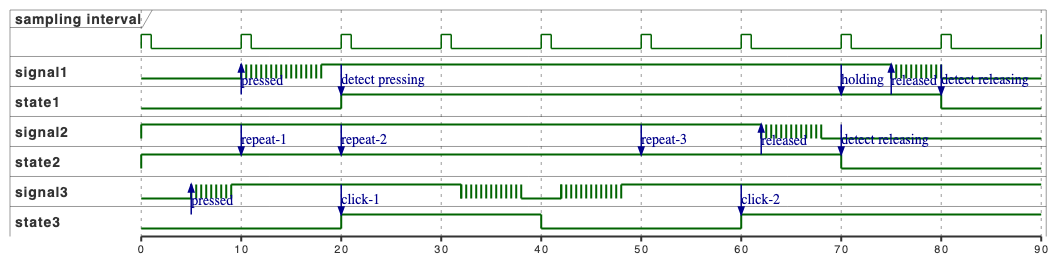
Before: modules/button/timing_diagram.png, a diagram exported from PlantUML (libmcu/libmcu). Its source is kept beside it as modules/button/timing_diagram.puml. The source it was exported from:
```plantuml
@startuml
scale 10 as 100 pixels

clock "sampling interval" as interval with period 10 pulse 1
binary "signal1" as signal1
binary "state1" as state1
binary "signal2" as signal2
binary "state2" as state2
binary "signal3" as signal3
binary "state3" as state3

@0
signal2 is high
state2 is high
@5
state3 -> signal3 : pressed
signal3 is {0,1}
@9
signal3 is high
@10
state1 -> signal1 : pressed
signal1 is {0,1}
signal2 -> state2 : repeat-1
@18
signal1 is high
@20
signal1 -> state1 : detect pressing
state1 is high
signal2 -> state2 : repeat-2
signal3 -> state3 : click-1
state3 is high
@32
signal3 is {0,1}
@38
signal3 is low
@40
state3 is low
@42
signal3 is {0,1}
@48
signal3 is high
@50
signal2 -> state2 : repeat-3
@60
state3 is high
signal3 -> state3 : click-2
@62
state2 -> signal2 : released
signal2 is {0,1}
@68
signal2 is low
@70
signal1 -> state1 : holding
signal2 -> state2 : detect releasing
state2 is low
@75
state1 -> signal1 : released
signal1 is {0,1}
@80
signal1 is low
signal1 -> state1 : detect releasing
state1 is low
@enduml
```
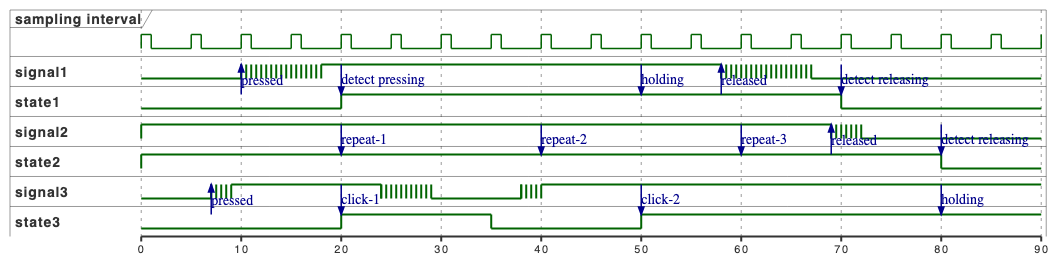
The same file after the commit.

Diff of the diagram source:
```diff
@@ -1,7 +1,7 @@
 @startuml
 scale 10 as 100 pixels
 
-clock "sampling interval" as interval with period 10 pulse 1
+clock "sampling interval" as interval with period 5 pulse 1
 binary "signal1" as signal1
 binary "state1" as state1
 binary "signal2" as signal2
@@ -12,7 +12,7 @@
 @0
 signal2 is high
 state2 is high
-@5
+@7
 state3 -> signal3 : pressed
 signal3 is {0,1}
 @9
@@ -20,44 +20,46 @@
 @10
 state1 -> signal1 : pressed
 signal1 is {0,1}
-signal2 -> state2 : repeat-1
 @18
 signal1 is high
 @20
 signal1 -> state1 : detect pressing
 state1 is high
-signal2 -> state2 : repeat-2
+signal2 -> state2 : repeat-1
 signal3 -> state3 : click-1
 state3 is high
-@32
+@24
 signal3 is {0,1}
+@29
+signal3 is low
+@35
+state3 is low
 @38
-signal3 is low
+signal3 is {0,1}
 @40
-state3 is low
-@42
-signal3 is {0,1}
-@48
+signal2 -> state2 : repeat-2
 signal3 is high
 @50
-signal2 -> state2 : repeat-3
-@60
+signal1 -> state1 : holding
 state3 is high
 signal3 -> state3 : click-2
-@62
+@58
+state1 -> signal1 : released
+signal1 is {0,1}
+@60
+signal2 -> state2 : repeat-3
+@67
+signal1 is low
+@69
 state2 -> signal2 : released
 signal2 is {0,1}
-@68
+@70
+signal1 -> state1 : detect releasing
+state1 is low
+@72
 signal2 is low
-@70
-signal1 -> state1 : holding
+@80
 signal2 -> state2 : detect releasing
 state2 is low
-@75
-state1 -> signal1 : released
-signal1 is {0,1}
-@80
-signal1 is low
-signal1 -> state1 : detect releasing
-state1 is low
+signal3 -> state3 : holding
 @enduml
```
